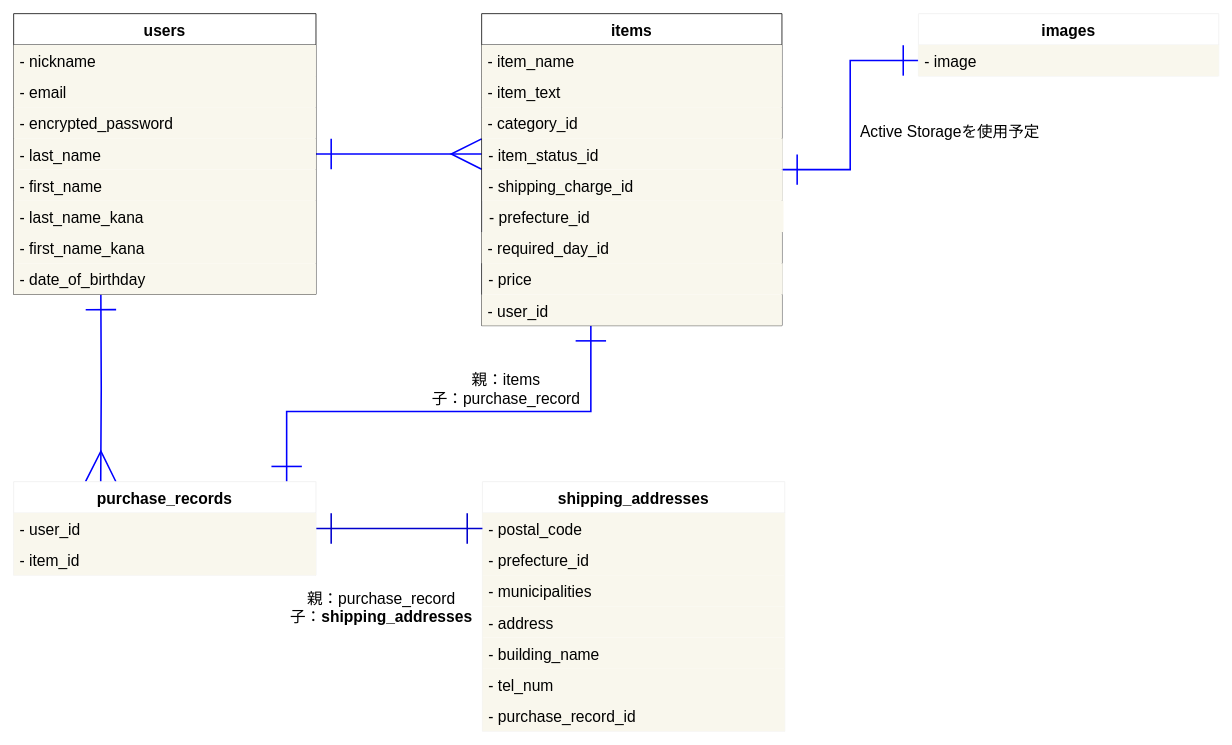
This is furima.dio from tsukimidori/furima-36894, a draw.io file, before an edit. Source tidied: cells renumbered, new cells numbered last; positions are measured from the earlier drawing's top-left corner, leaving out a move shared by most shapes. Both pictures are drawn from the tidied source at 78%, with x=0, y=0 at pixel (13, 13).
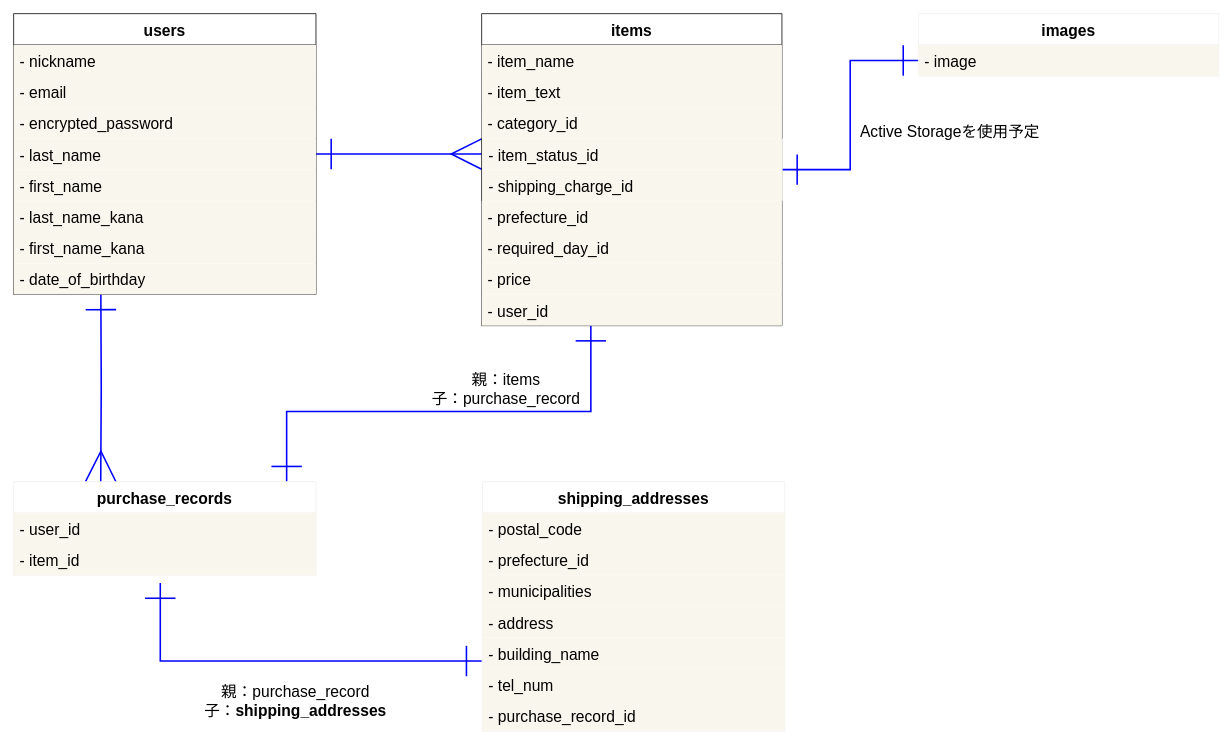
Above is the later version.

Commit message (it also covers changes not shown here):
shipping_addressesテーブルにアソシエーションを追記

The change refers to these unchanged cells:
```xml
<mxCell id="57" style="shape=partialRectangle;fillColor=none;top=0;left=0;bottom=0;right=0;points=[[0,0.5],[1,0.5]];portConstraint=eastwest;" parent="56" vertex="1">
  <mxGeometry y="40" width="387.6" height="40" as="geometry" />
</mxCell>
<mxCell id="72" value="purchase_records" style="shape=table;startSize=40;childLayout=tableLayout;rowLines=0;fontStyle=1;align=center;fontSize=20;strokeColor=#f0f0f0;strokeWidth=1;" parent="1" vertex="1">
  <mxGeometry y="600" width="387.6" height="120" as="geometry" />
</mxCell>
<mxCell id="75" style="shape=partialRectangle;fillColor=none;top=0;left=0;bottom=0;right=0;points=[[0,0.5],[1,0.5]];portConstraint=eastwest;" parent="72" vertex="1">
  <mxGeometry y="80" width="387.6" height="40" as="geometry" />
</mxCell>
```

The edit, as a diff of the source:
```diff
@@
     <mxCell id="48" value="- prefecture_id" style="shape=partialRectangle;fillColor=#f9f7ed;top=0;left=0;bottom=0;right=0;align=left;spacingLeft=6;overflow=hidden;fontSize=20;strokeColor=#36393d;fontColor=#000000;" parent="1" vertex="1">
-      <mxGeometry x="602" y="240" width="385" height="40" as="geometry" />
+      <mxGeometry x="600" y="240" width="385" height="40" as="geometry" />
     </mxCell>
@@
     <mxCell id="50" value="- price" style="shape=partialRectangle;fillColor=#f9f7ed;top=0;left=0;bottom=0;right=0;align=left;spacingLeft=6;overflow=hidden;fontSize=20;strokeColor=#36393d;fontColor=#000000;" parent="1" vertex="1">
-      <mxGeometry x="601" y="320" width="385" height="40" as="geometry" />
+      <mxGeometry x="600" y="320" width="385" height="40" as="geometry" />
     </mxCell>
@@
-    <mxCell id="71" style="edgeStyle=orthogonalEdgeStyle;rounded=0;jettySize=auto;html=1;entryX=0;entryY=0.5;entryDx=0;entryDy=0;fontSize=20;fontColor=#000000;startArrow=ERone;startFill=0;endArrow=ERone;endFill=0;startSize=36;endSize=36;sourcePerimeterSpacing=0;targetPerimeterSpacing=0;strokeWidth=2;strokeColor=#0000CC;" parent="1" edge="1" source="72" target="57">
-      <mxGeometry relative="1" as="geometry" />
+    <mxCell id="71" style="edgeStyle=orthogonalEdgeStyle;rounded=0;jettySize=auto;html=1;entryX=0;entryY=0.5;entryDx=0;entryDy=0;fontSize=20;fontColor=#000000;startArrow=ERone;startFill=0;endArrow=ERone;endFill=0;startSize=36;endSize=36;sourcePerimeterSpacing=0;targetPerimeterSpacing=0;strokeWidth=2;strokeColor=#0000FF;exitX=0.485;exitY=1.25;exitDx=0;exitDy=0;exitPerimeter=0;" parent="1" edge="1" source="75">
+      <mxGeometry relative="1" as="geometry">
+        <mxPoint x="600" y="830" as="targetPoint" />
+        <Array as="points">
+          <mxPoint x="188" y="830" />
+        </Array>
+      </mxGeometry>
     </mxCell>
@@
     <mxCell id="77" value="親：purchase_record&lt;br&gt;子：&lt;span style=&quot;font-weight: 700&quot;&gt;shipping_addresses&lt;/span&gt;" style="edgeLabel;html=1;align=center;verticalAlign=middle;fontSize=20;" parent="1" vertex="1">
-      <mxGeometry x="470" y="760" as="geometry" />
+      <mxGeometry x="360" y="880" as="geometry" />
     </mxCell>
```
